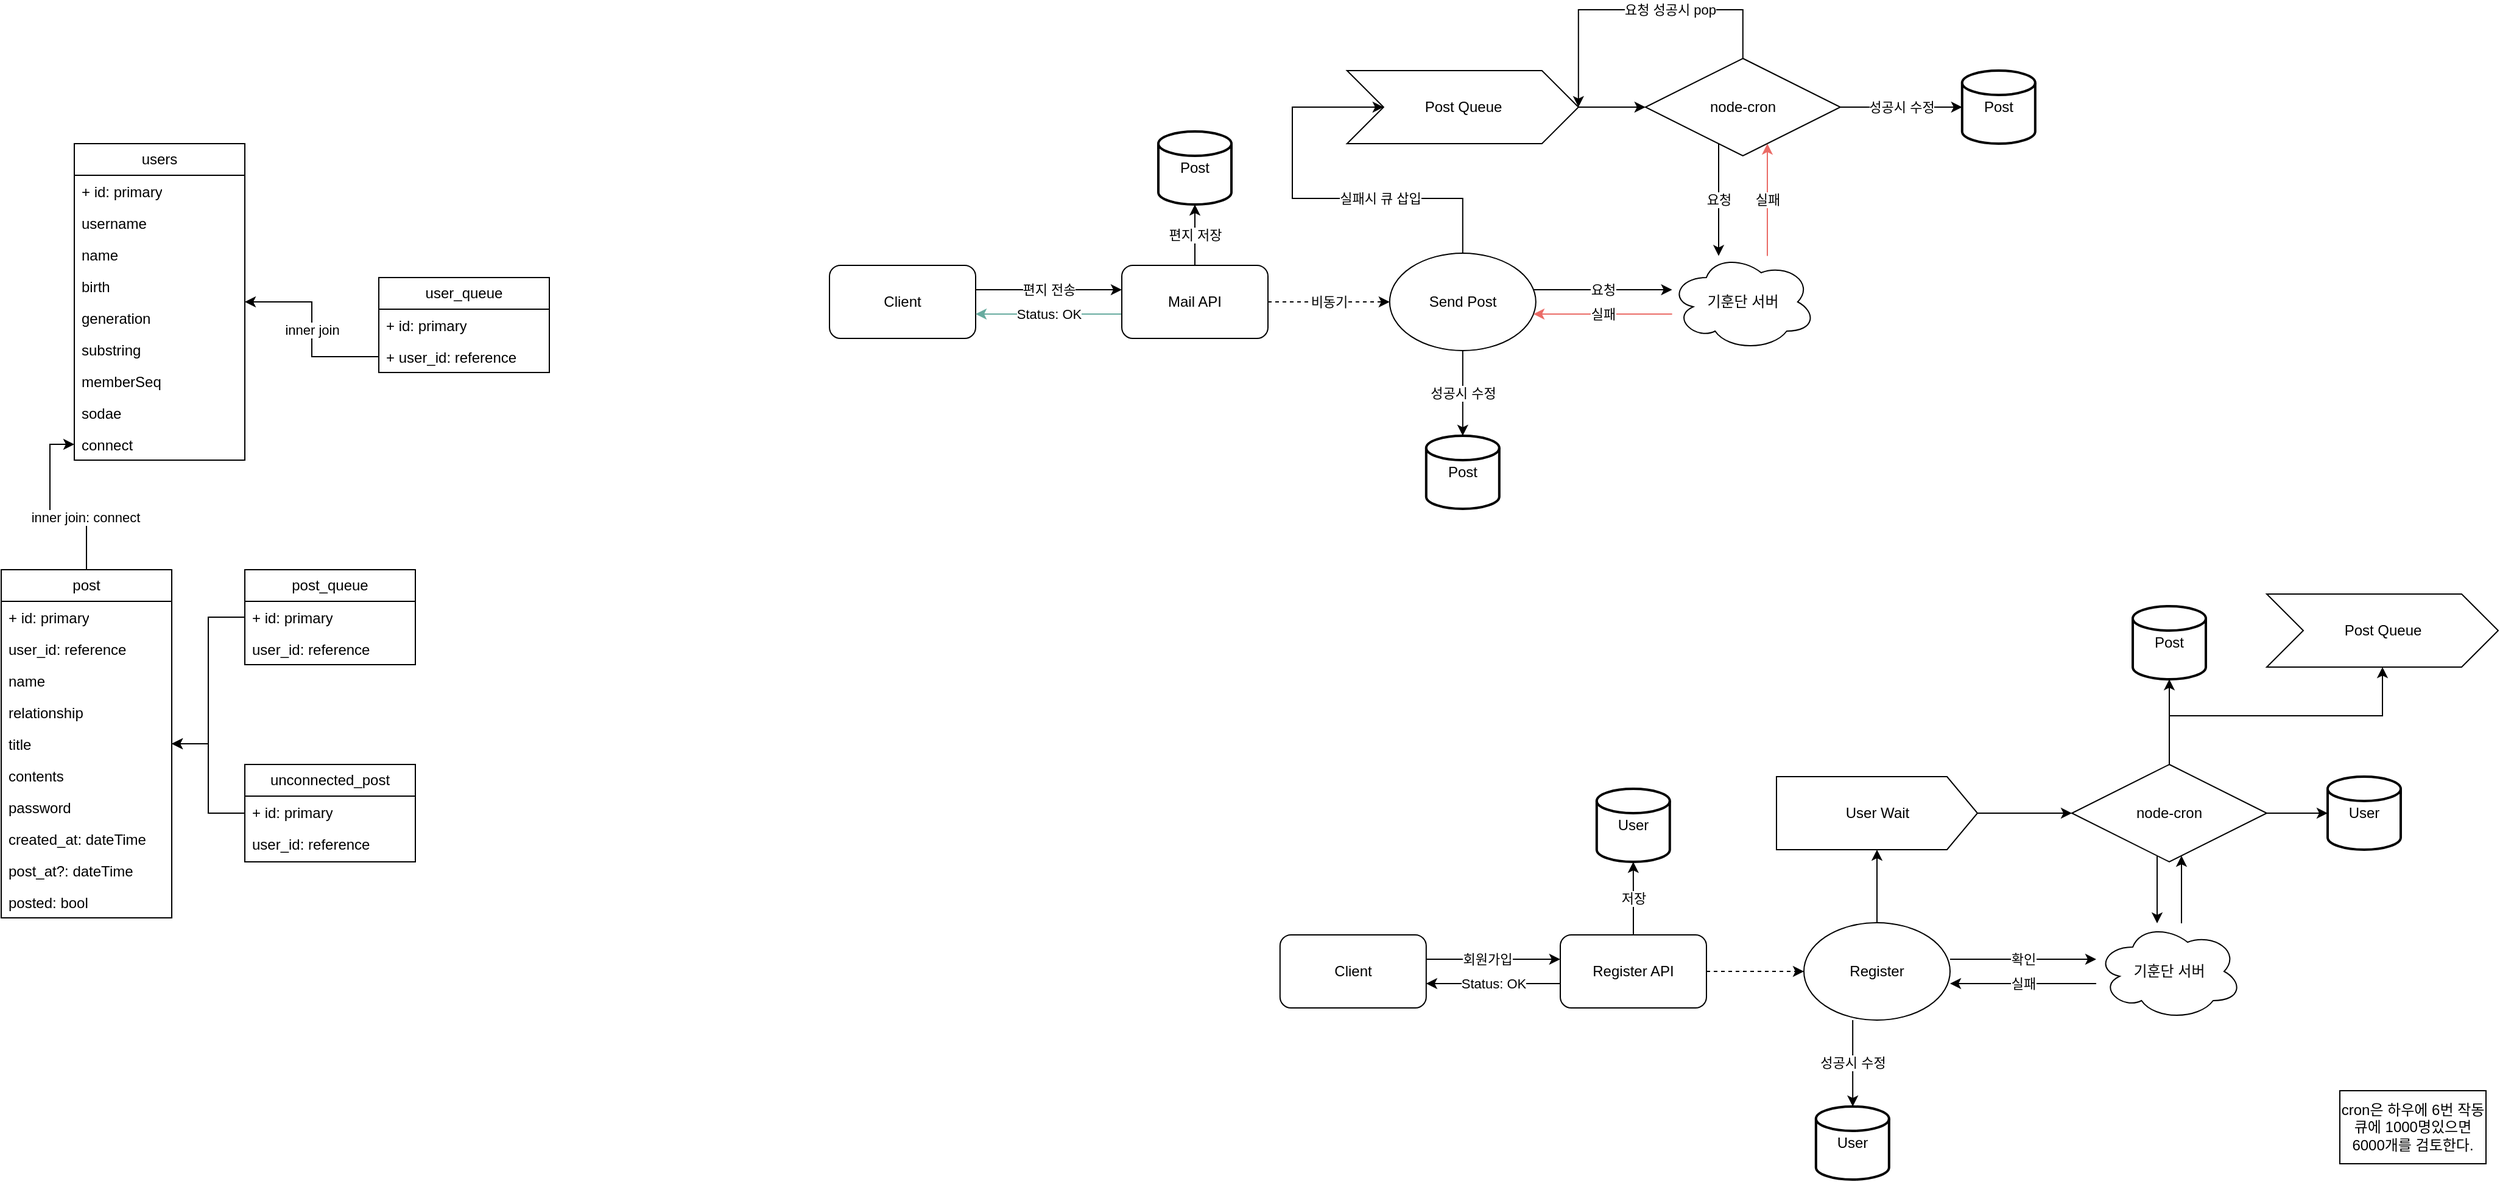
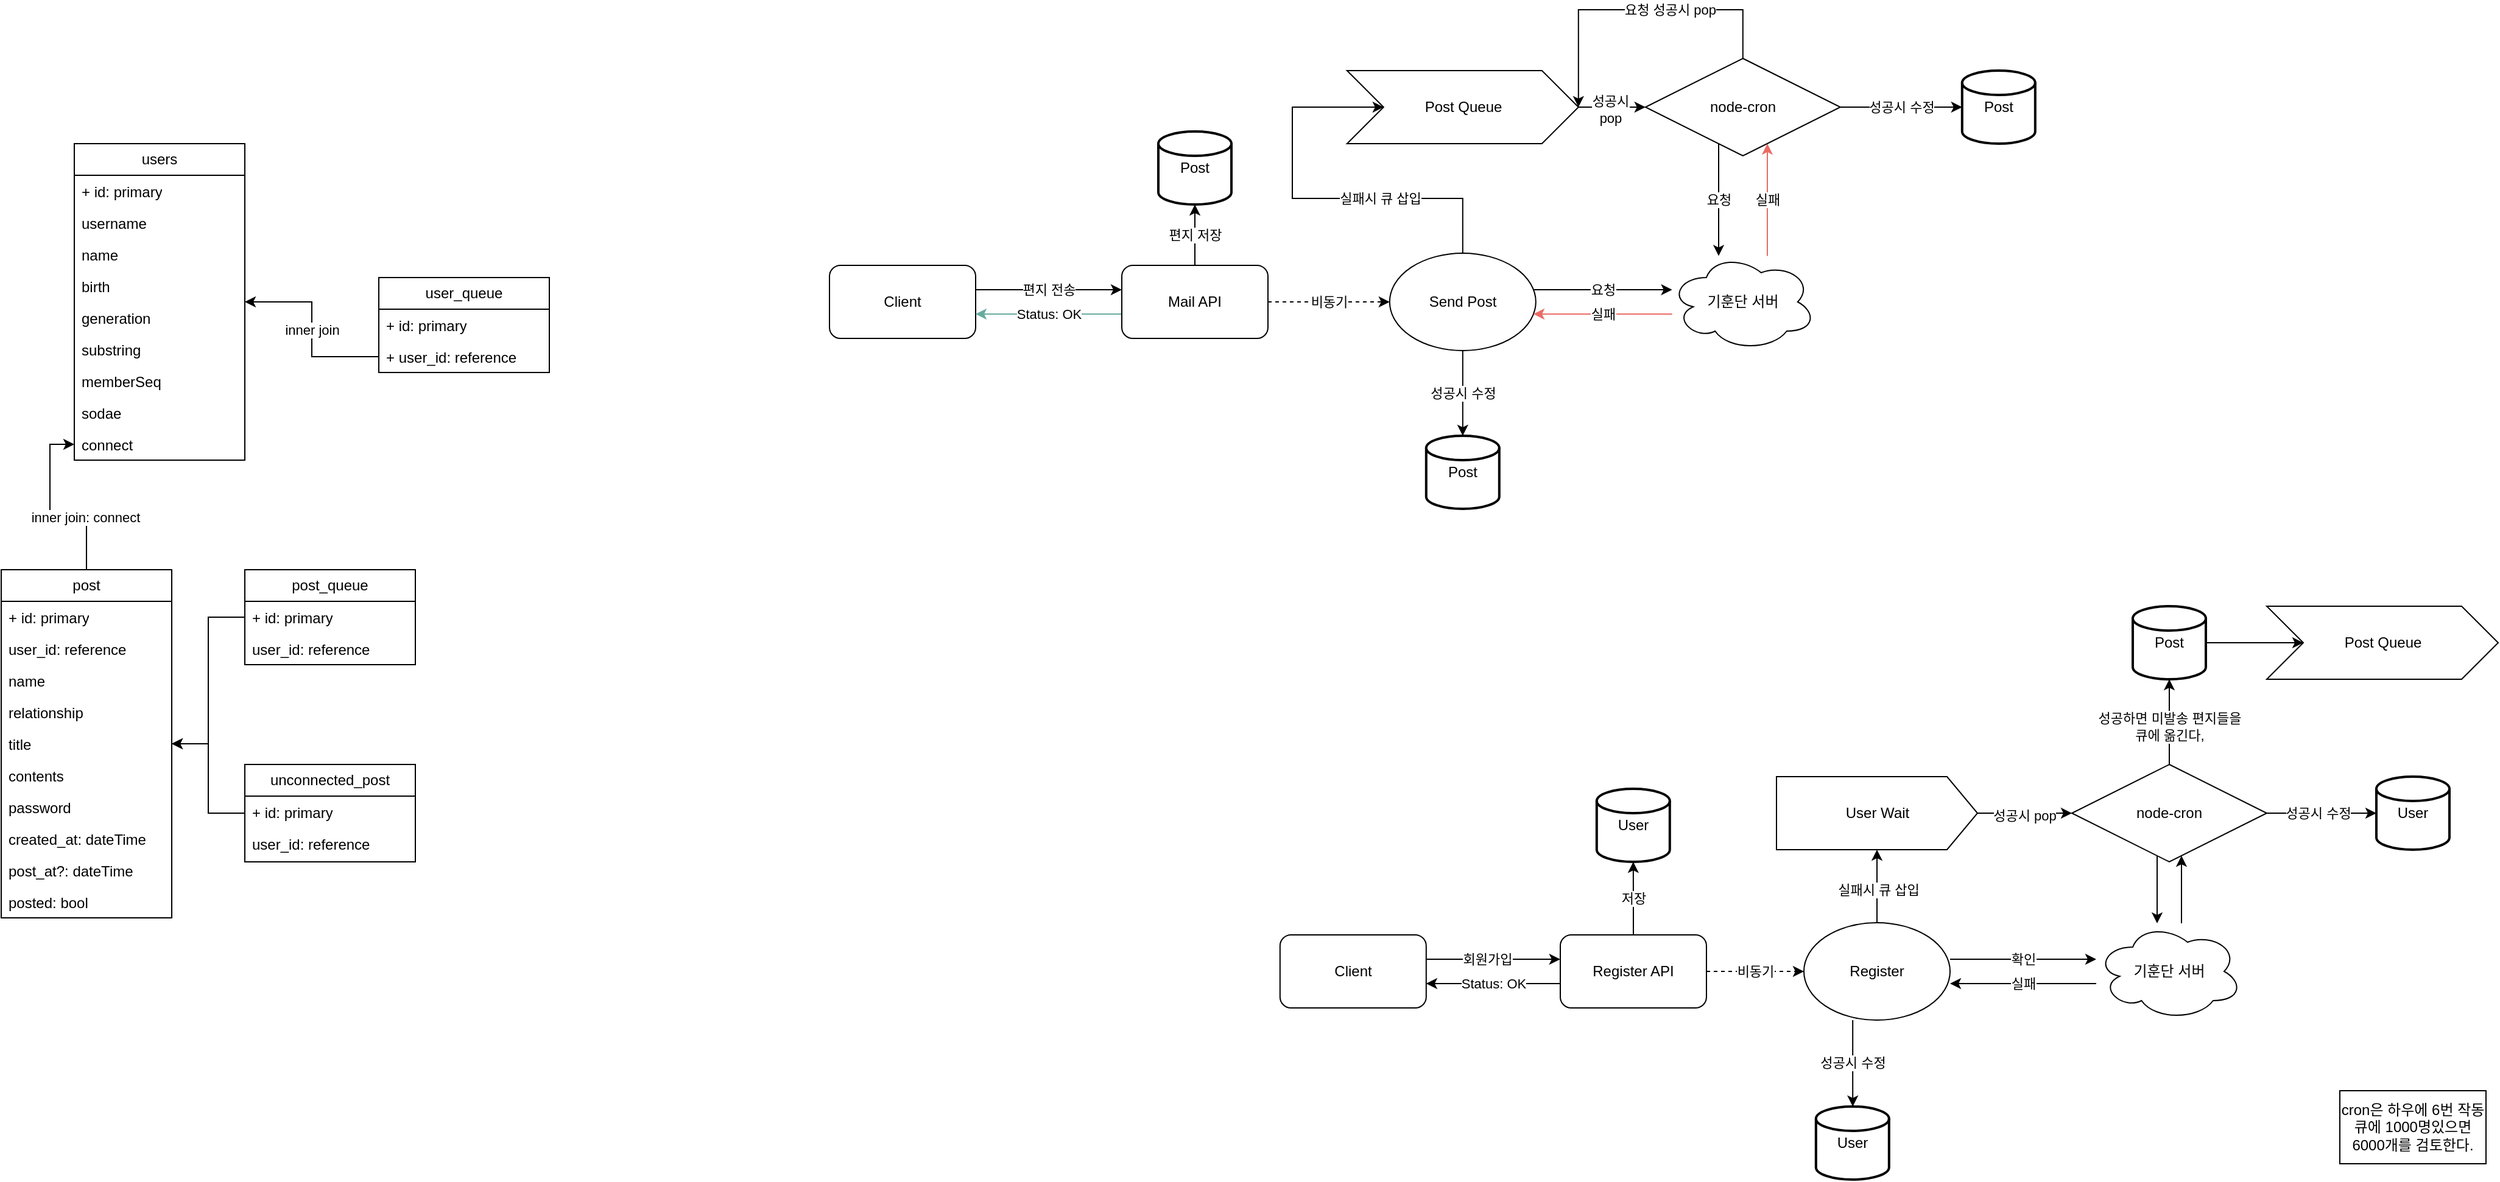
- <mxfile host="app.diagrams.net" modified="2024-04-09T12:32:51.246Z" agent="Mozilla/5.0 (Macintosh; Intel Mac OS X 10_15_7) AppleWebKit/537.36 (KHTML, like Gecko) Chrome/121.0.0.0 Safari/537.36" etag="kHFkQoNIyTTYmppFb76K" version="21.5.0" type="github">
+ <mxfile host="app.diagrams.net" modified="2024-04-10T09:48:15.455Z" agent="Mozilla/5.0 (Macintosh; Intel Mac OS X 10_15_7) AppleWebKit/537.36 (KHTML, like Gecko) Chrome/121.0.0.0 Safari/537.36" etag="hpLtYn7P4Uc_0y-dcQHC" version="21.5.0" type="github">
  <diagram name="페이지-1" id="YYIqQqlZSumYDMB_ZiYN">
    <mxGraphModel dx="1060" dy="673" grid="1" gridSize="10" guides="1" tooltips="1" connect="1" arrows="1" fold="1" page="1" pageScale="1" pageWidth="827" pageHeight="1169" math="0" shadow="0">
      <root>
        <mxCell id="0" />
        <mxCell id="1" parent="0" />
        <mxCell id="AZsRamwOxZUp80OkMe_C-2" value="users" style="swimlane;fontStyle=0;childLayout=stackLayout;horizontal=1;startSize=26;fillColor=none;horizontalStack=0;resizeParent=1;resizeParentMax=0;resizeLast=0;collapsible=1;marginBottom=0;whiteSpace=wrap;html=1;" parent="1" vertex="1">
          <mxGeometry x="140" y="250" width="140" height="260" as="geometry" />
        </mxCell>
        <mxCell id="AZsRamwOxZUp80OkMe_C-3" value="+ id: primary" style="text;strokeColor=none;fillColor=none;align=left;verticalAlign=top;spacingLeft=4;spacingRight=4;overflow=hidden;rotatable=0;points=[[0,0.5],[1,0.5]];portConstraint=eastwest;whiteSpace=wrap;html=1;" parent="AZsRamwOxZUp80OkMe_C-2" vertex="1">
          <mxGeometry y="26" width="140" height="26" as="geometry" />
        </mxCell>
        <mxCell id="AZsRamwOxZUp80OkMe_C-4" value="username" style="text;strokeColor=none;fillColor=none;align=left;verticalAlign=top;spacingLeft=4;spacingRight=4;overflow=hidden;rotatable=0;points=[[0,0.5],[1,0.5]];portConstraint=eastwest;whiteSpace=wrap;html=1;" parent="AZsRamwOxZUp80OkMe_C-2" vertex="1">
          <mxGeometry y="52" width="140" height="26" as="geometry" />
        </mxCell>
        <mxCell id="AZsRamwOxZUp80OkMe_C-5" value="name" style="text;strokeColor=none;fillColor=none;align=left;verticalAlign=top;spacingLeft=4;spacingRight=4;overflow=hidden;rotatable=0;points=[[0,0.5],[1,0.5]];portConstraint=eastwest;whiteSpace=wrap;html=1;" parent="AZsRamwOxZUp80OkMe_C-2" vertex="1">
          <mxGeometry y="78" width="140" height="26" as="geometry" />
        </mxCell>
        <mxCell id="AZsRamwOxZUp80OkMe_C-10" value="birth" style="text;strokeColor=none;fillColor=none;align=left;verticalAlign=top;spacingLeft=4;spacingRight=4;overflow=hidden;rotatable=0;points=[[0,0.5],[1,0.5]];portConstraint=eastwest;whiteSpace=wrap;html=1;" parent="AZsRamwOxZUp80OkMe_C-2" vertex="1">
          <mxGeometry y="104" width="140" height="26" as="geometry" />
        </mxCell>
        <mxCell id="AZsRamwOxZUp80OkMe_C-11" value="generation" style="text;strokeColor=none;fillColor=none;align=left;verticalAlign=top;spacingLeft=4;spacingRight=4;overflow=hidden;rotatable=0;points=[[0,0.5],[1,0.5]];portConstraint=eastwest;whiteSpace=wrap;html=1;" parent="AZsRamwOxZUp80OkMe_C-2" vertex="1">
          <mxGeometry y="130" width="140" height="26" as="geometry" />
        </mxCell>
        <mxCell id="AZsRamwOxZUp80OkMe_C-12" value="substring" style="text;strokeColor=none;fillColor=none;align=left;verticalAlign=top;spacingLeft=4;spacingRight=4;overflow=hidden;rotatable=0;points=[[0,0.5],[1,0.5]];portConstraint=eastwest;whiteSpace=wrap;html=1;" parent="AZsRamwOxZUp80OkMe_C-2" vertex="1">
          <mxGeometry y="156" width="140" height="26" as="geometry" />
        </mxCell>
        <mxCell id="AZsRamwOxZUp80OkMe_C-15" value="memberSeq" style="text;strokeColor=none;fillColor=none;align=left;verticalAlign=top;spacingLeft=4;spacingRight=4;overflow=hidden;rotatable=0;points=[[0,0.5],[1,0.5]];portConstraint=eastwest;whiteSpace=wrap;html=1;" parent="AZsRamwOxZUp80OkMe_C-2" vertex="1">
          <mxGeometry y="182" width="140" height="26" as="geometry" />
        </mxCell>
        <mxCell id="AZsRamwOxZUp80OkMe_C-14" value="sodae" style="text;strokeColor=none;fillColor=none;align=left;verticalAlign=top;spacingLeft=4;spacingRight=4;overflow=hidden;rotatable=0;points=[[0,0.5],[1,0.5]];portConstraint=eastwest;whiteSpace=wrap;html=1;" parent="AZsRamwOxZUp80OkMe_C-2" vertex="1">
          <mxGeometry y="208" width="140" height="26" as="geometry" />
        </mxCell>
        <mxCell id="AZsRamwOxZUp80OkMe_C-16" value="connect" style="text;strokeColor=none;fillColor=none;align=left;verticalAlign=top;spacingLeft=4;spacingRight=4;overflow=hidden;rotatable=0;points=[[0,0.5],[1,0.5]];portConstraint=eastwest;whiteSpace=wrap;html=1;" parent="AZsRamwOxZUp80OkMe_C-2" vertex="1">
          <mxGeometry y="234" width="140" height="26" as="geometry" />
        </mxCell>
        <mxCell id="AZsRamwOxZUp80OkMe_C-6" value="user_queue" style="swimlane;fontStyle=0;childLayout=stackLayout;horizontal=1;startSize=26;fillColor=none;horizontalStack=0;resizeParent=1;resizeParentMax=0;resizeLast=0;collapsible=1;marginBottom=0;whiteSpace=wrap;html=1;" parent="1" vertex="1">
          <mxGeometry x="390" y="360" width="140" height="78" as="geometry" />
        </mxCell>
        <mxCell id="AZsRamwOxZUp80OkMe_C-18" value="+ id: primary" style="text;strokeColor=none;fillColor=none;align=left;verticalAlign=top;spacingLeft=4;spacingRight=4;overflow=hidden;rotatable=0;points=[[0,0.5],[1,0.5]];portConstraint=eastwest;whiteSpace=wrap;html=1;" parent="AZsRamwOxZUp80OkMe_C-6" vertex="1">
          <mxGeometry y="26" width="140" height="26" as="geometry" />
        </mxCell>
        <mxCell id="AZsRamwOxZUp80OkMe_C-7" value="+ user_id: reference" style="text;strokeColor=none;fillColor=none;align=left;verticalAlign=top;spacingLeft=4;spacingRight=4;overflow=hidden;rotatable=0;points=[[0,0.5],[1,0.5]];portConstraint=eastwest;whiteSpace=wrap;html=1;" parent="AZsRamwOxZUp80OkMe_C-6" vertex="1">
          <mxGeometry y="52" width="140" height="26" as="geometry" />
        </mxCell>
        <mxCell id="AZsRamwOxZUp80OkMe_C-19" value="inner join" style="edgeStyle=orthogonalEdgeStyle;rounded=0;orthogonalLoop=1;jettySize=auto;html=1;" parent="1" source="AZsRamwOxZUp80OkMe_C-7" target="AZsRamwOxZUp80OkMe_C-2" edge="1">
          <mxGeometry relative="1" as="geometry" />
        </mxCell>
        <mxCell id="F6sanjwA14LKa2ckui42-2" style="edgeStyle=orthogonalEdgeStyle;rounded=0;orthogonalLoop=1;jettySize=auto;html=1;" parent="1" source="AZsRamwOxZUp80OkMe_C-20" target="AZsRamwOxZUp80OkMe_C-16" edge="1">
          <mxGeometry relative="1" as="geometry" />
        </mxCell>
        <mxCell id="F6sanjwA14LKa2ckui42-3" value="inner join: connect" style="edgeLabel;html=1;align=center;verticalAlign=middle;resizable=0;points=[];" parent="F6sanjwA14LKa2ckui42-2" vertex="1" connectable="0">
          <mxGeometry x="-0.4284" y="1" relative="1" as="geometry">
            <mxPoint as="offset" />
          </mxGeometry>
        </mxCell>
        <mxCell id="AZsRamwOxZUp80OkMe_C-20" value="post" style="swimlane;fontStyle=0;childLayout=stackLayout;horizontal=1;startSize=26;fillColor=none;horizontalStack=0;resizeParent=1;resizeParentMax=0;resizeLast=0;collapsible=1;marginBottom=0;whiteSpace=wrap;html=1;" parent="1" vertex="1">
          <mxGeometry x="80" y="600" width="140" height="286" as="geometry" />
        </mxCell>
        <mxCell id="AZsRamwOxZUp80OkMe_C-21" value="+ id: primary" style="text;strokeColor=none;fillColor=none;align=left;verticalAlign=top;spacingLeft=4;spacingRight=4;overflow=hidden;rotatable=0;points=[[0,0.5],[1,0.5]];portConstraint=eastwest;whiteSpace=wrap;html=1;" parent="AZsRamwOxZUp80OkMe_C-20" vertex="1">
          <mxGeometry y="26" width="140" height="26" as="geometry" />
        </mxCell>
        <mxCell id="AZsRamwOxZUp80OkMe_C-22" value="user_id: reference" style="text;strokeColor=none;fillColor=none;align=left;verticalAlign=top;spacingLeft=4;spacingRight=4;overflow=hidden;rotatable=0;points=[[0,0.5],[1,0.5]];portConstraint=eastwest;whiteSpace=wrap;html=1;" parent="AZsRamwOxZUp80OkMe_C-20" vertex="1">
          <mxGeometry y="52" width="140" height="26" as="geometry" />
        </mxCell>
        <mxCell id="AZsRamwOxZUp80OkMe_C-23" value="name" style="text;strokeColor=none;fillColor=none;align=left;verticalAlign=top;spacingLeft=4;spacingRight=4;overflow=hidden;rotatable=0;points=[[0,0.5],[1,0.5]];portConstraint=eastwest;whiteSpace=wrap;html=1;" parent="AZsRamwOxZUp80OkMe_C-20" vertex="1">
          <mxGeometry y="78" width="140" height="26" as="geometry" />
        </mxCell>
        <mxCell id="AZsRamwOxZUp80OkMe_C-24" value="relationship" style="text;strokeColor=none;fillColor=none;align=left;verticalAlign=top;spacingLeft=4;spacingRight=4;overflow=hidden;rotatable=0;points=[[0,0.5],[1,0.5]];portConstraint=eastwest;whiteSpace=wrap;html=1;" parent="AZsRamwOxZUp80OkMe_C-20" vertex="1">
          <mxGeometry y="104" width="140" height="26" as="geometry" />
        </mxCell>
        <mxCell id="AZsRamwOxZUp80OkMe_C-25" value="title" style="text;strokeColor=none;fillColor=none;align=left;verticalAlign=top;spacingLeft=4;spacingRight=4;overflow=hidden;rotatable=0;points=[[0,0.5],[1,0.5]];portConstraint=eastwest;whiteSpace=wrap;html=1;" parent="AZsRamwOxZUp80OkMe_C-20" vertex="1">
          <mxGeometry y="130" width="140" height="26" as="geometry" />
        </mxCell>
        <mxCell id="AZsRamwOxZUp80OkMe_C-26" value="contents" style="text;strokeColor=none;fillColor=none;align=left;verticalAlign=top;spacingLeft=4;spacingRight=4;overflow=hidden;rotatable=0;points=[[0,0.5],[1,0.5]];portConstraint=eastwest;whiteSpace=wrap;html=1;" parent="AZsRamwOxZUp80OkMe_C-20" vertex="1">
          <mxGeometry y="156" width="140" height="26" as="geometry" />
        </mxCell>
        <mxCell id="AZsRamwOxZUp80OkMe_C-27" value="password" style="text;strokeColor=none;fillColor=none;align=left;verticalAlign=top;spacingLeft=4;spacingRight=4;overflow=hidden;rotatable=0;points=[[0,0.5],[1,0.5]];portConstraint=eastwest;whiteSpace=wrap;html=1;" parent="AZsRamwOxZUp80OkMe_C-20" vertex="1">
          <mxGeometry y="182" width="140" height="26" as="geometry" />
        </mxCell>
        <mxCell id="AZsRamwOxZUp80OkMe_C-28" value="created_at: dateTime" style="text;strokeColor=none;fillColor=none;align=left;verticalAlign=top;spacingLeft=4;spacingRight=4;overflow=hidden;rotatable=0;points=[[0,0.5],[1,0.5]];portConstraint=eastwest;whiteSpace=wrap;html=1;" parent="AZsRamwOxZUp80OkMe_C-20" vertex="1">
          <mxGeometry y="208" width="140" height="26" as="geometry" />
        </mxCell>
        <mxCell id="AZsRamwOxZUp80OkMe_C-41" value="post_at?: dateTime" style="text;strokeColor=none;fillColor=none;align=left;verticalAlign=top;spacingLeft=4;spacingRight=4;overflow=hidden;rotatable=0;points=[[0,0.5],[1,0.5]];portConstraint=eastwest;whiteSpace=wrap;html=1;" parent="AZsRamwOxZUp80OkMe_C-20" vertex="1">
          <mxGeometry y="234" width="140" height="26" as="geometry" />
        </mxCell>
        <mxCell id="AZsRamwOxZUp80OkMe_C-42" value="posted: bool" style="text;strokeColor=none;fillColor=none;align=left;verticalAlign=top;spacingLeft=4;spacingRight=4;overflow=hidden;rotatable=0;points=[[0,0.5],[1,0.5]];portConstraint=eastwest;whiteSpace=wrap;html=1;" parent="AZsRamwOxZUp80OkMe_C-20" vertex="1">
          <mxGeometry y="260" width="140" height="26" as="geometry" />
        </mxCell>
        <mxCell id="F6sanjwA14LKa2ckui42-4" style="edgeStyle=orthogonalEdgeStyle;rounded=0;orthogonalLoop=1;jettySize=auto;html=1;" parent="1" source="AZsRamwOxZUp80OkMe_C-30" target="AZsRamwOxZUp80OkMe_C-20" edge="1">
          <mxGeometry relative="1" as="geometry" />
        </mxCell>
        <mxCell id="AZsRamwOxZUp80OkMe_C-30" value="post_queue" style="swimlane;fontStyle=0;childLayout=stackLayout;horizontal=1;startSize=26;fillColor=none;horizontalStack=0;resizeParent=1;resizeParentMax=0;resizeLast=0;collapsible=1;marginBottom=0;whiteSpace=wrap;html=1;" parent="1" vertex="1">
          <mxGeometry x="280" y="600" width="140" height="78" as="geometry" />
        </mxCell>
        <mxCell id="AZsRamwOxZUp80OkMe_C-31" value="+ id: primary" style="text;strokeColor=none;fillColor=none;align=left;verticalAlign=top;spacingLeft=4;spacingRight=4;overflow=hidden;rotatable=0;points=[[0,0.5],[1,0.5]];portConstraint=eastwest;whiteSpace=wrap;html=1;" parent="AZsRamwOxZUp80OkMe_C-30" vertex="1">
          <mxGeometry y="26" width="140" height="26" as="geometry" />
        </mxCell>
        <mxCell id="AZsRamwOxZUp80OkMe_C-32" value="user_id: reference" style="text;strokeColor=none;fillColor=none;align=left;verticalAlign=top;spacingLeft=4;spacingRight=4;overflow=hidden;rotatable=0;points=[[0,0.5],[1,0.5]];portConstraint=eastwest;whiteSpace=wrap;html=1;" parent="AZsRamwOxZUp80OkMe_C-30" vertex="1">
          <mxGeometry y="52" width="140" height="26" as="geometry" />
        </mxCell>
        <mxCell id="F6sanjwA14LKa2ckui42-5" style="edgeStyle=orthogonalEdgeStyle;rounded=0;orthogonalLoop=1;jettySize=auto;html=1;" parent="1" source="AZsRamwOxZUp80OkMe_C-46" target="AZsRamwOxZUp80OkMe_C-20" edge="1">
          <mxGeometry relative="1" as="geometry" />
        </mxCell>
        <mxCell id="AZsRamwOxZUp80OkMe_C-46" value="unconnected_post" style="swimlane;fontStyle=0;childLayout=stackLayout;horizontal=1;startSize=26;fillColor=none;horizontalStack=0;resizeParent=1;resizeParentMax=0;resizeLast=0;collapsible=1;marginBottom=0;whiteSpace=wrap;html=1;" parent="1" vertex="1">
          <mxGeometry x="280" y="760" width="140" height="80" as="geometry" />
        </mxCell>
        <mxCell id="AZsRamwOxZUp80OkMe_C-47" value="+ id: primary" style="text;strokeColor=none;fillColor=none;align=left;verticalAlign=top;spacingLeft=4;spacingRight=4;overflow=hidden;rotatable=0;points=[[0,0.5],[1,0.5]];portConstraint=eastwest;whiteSpace=wrap;html=1;" parent="AZsRamwOxZUp80OkMe_C-46" vertex="1">
          <mxGeometry y="26" width="140" height="26" as="geometry" />
        </mxCell>
        <mxCell id="AZsRamwOxZUp80OkMe_C-48" value="user_id: reference" style="text;strokeColor=none;fillColor=none;align=left;verticalAlign=top;spacingLeft=4;spacingRight=4;overflow=hidden;rotatable=0;points=[[0,0.5],[1,0.5]];portConstraint=eastwest;whiteSpace=wrap;html=1;" parent="AZsRamwOxZUp80OkMe_C-46" vertex="1">
          <mxGeometry y="52" width="140" height="28" as="geometry" />
        </mxCell>
        <mxCell id="TXcI-fBlLuWAS2TPfB02-3" value="요청" style="edgeStyle=orthogonalEdgeStyle;rounded=0;orthogonalLoop=1;jettySize=auto;html=1;" parent="1" source="TXcI-fBlLuWAS2TPfB02-1" target="TXcI-fBlLuWAS2TPfB02-2" edge="1">
          <mxGeometry relative="1" as="geometry">
            <Array as="points">
              <mxPoint x="1389.91" y="370" />
              <mxPoint x="1389.91" y="370" />
            </Array>
          </mxGeometry>
        </mxCell>
        <mxCell id="TXcI-fBlLuWAS2TPfB02-5" value="" style="edgeStyle=orthogonalEdgeStyle;rounded=0;orthogonalLoop=1;jettySize=auto;html=1;entryX=0;entryY=0.5;entryDx=30;entryDy=0;entryPerimeter=0;curved=0;" parent="1" source="TXcI-fBlLuWAS2TPfB02-1" target="TXcI-fBlLuWAS2TPfB02-9" edge="1">
          <mxGeometry relative="1" as="geometry">
            <mxPoint x="1279.91" y="280" as="targetPoint" />
            <Array as="points">
              <mxPoint x="1280" y="295" />
              <mxPoint x="1140" y="295" />
              <mxPoint x="1140" y="220" />
            </Array>
          </mxGeometry>
        </mxCell>
        <mxCell id="TXcI-fBlLuWAS2TPfB02-33" value="실패시 큐 삽입" style="edgeLabel;html=1;align=center;verticalAlign=middle;resizable=0;points=[];" parent="TXcI-fBlLuWAS2TPfB02-5" vertex="1" connectable="0">
          <mxGeometry x="-0.3238" relative="1" as="geometry">
            <mxPoint as="offset" />
          </mxGeometry>
        </mxCell>
        <mxCell id="TXcI-fBlLuWAS2TPfB02-31" value="성공시 수정" style="edgeStyle=orthogonalEdgeStyle;rounded=0;orthogonalLoop=1;jettySize=auto;html=1;" parent="1" source="TXcI-fBlLuWAS2TPfB02-1" target="TXcI-fBlLuWAS2TPfB02-29" edge="1">
          <mxGeometry relative="1" as="geometry">
            <Array as="points" />
            <mxPoint x="1200" y="430" as="targetPoint" />
          </mxGeometry>
        </mxCell>
        <mxCell id="TXcI-fBlLuWAS2TPfB02-1" value="Send Post" style="ellipse;whiteSpace=wrap;html=1;" parent="1" vertex="1">
          <mxGeometry x="1219.91" y="340" width="120" height="80" as="geometry" />
        </mxCell>
        <mxCell id="TXcI-fBlLuWAS2TPfB02-6" value="실패" style="edgeStyle=orthogonalEdgeStyle;rounded=0;orthogonalLoop=1;jettySize=auto;html=1;strokeColor=#EA6B66;" parent="1" source="TXcI-fBlLuWAS2TPfB02-2" target="TXcI-fBlLuWAS2TPfB02-1" edge="1">
          <mxGeometry relative="1" as="geometry">
            <Array as="points">
              <mxPoint x="1389.91" y="390" />
              <mxPoint x="1389.91" y="390" />
            </Array>
          </mxGeometry>
        </mxCell>
        <mxCell id="TXcI-fBlLuWAS2TPfB02-35" value="실패" style="edgeStyle=orthogonalEdgeStyle;rounded=0;orthogonalLoop=1;jettySize=auto;html=1;strokeColor=#EA6B66;" parent="1" source="TXcI-fBlLuWAS2TPfB02-2" target="TXcI-fBlLuWAS2TPfB02-27" edge="1">
          <mxGeometry relative="1" as="geometry">
            <Array as="points">
              <mxPoint x="1530" y="300" />
              <mxPoint x="1530" y="300" />
            </Array>
          </mxGeometry>
        </mxCell>
        <mxCell id="TXcI-fBlLuWAS2TPfB02-2" value="기훈단 서버" style="ellipse;shape=cloud;whiteSpace=wrap;html=1;" parent="1" vertex="1">
          <mxGeometry x="1449.91" y="340" width="120" height="80" as="geometry" />
        </mxCell>
        <mxCell id="TXcI-fBlLuWAS2TPfB02-11" style="edgeStyle=orthogonalEdgeStyle;rounded=0;orthogonalLoop=1;jettySize=auto;html=1;" parent="1" source="TXcI-fBlLuWAS2TPfB02-9" target="TXcI-fBlLuWAS2TPfB02-27" edge="1">
          <mxGeometry relative="1" as="geometry">
            <mxPoint x="1449.9099999999999" y="220" as="targetPoint" />
            <Array as="points" />
          </mxGeometry>
        </mxCell>
+         <mxCell id="y1SOeucjYuMJN-nhCAUV-9" value="성공시&lt;br&gt;pop" style="edgeLabel;html=1;align=center;verticalAlign=middle;resizable=0;points=[];" vertex="1" connectable="0" parent="TXcI-fBlLuWAS2TPfB02-11">
+           <mxGeometry x="-0.0472" y="-2" relative="1" as="geometry">
+             <mxPoint as="offset" />
+           </mxGeometry>
+         </mxCell>
        <mxCell id="TXcI-fBlLuWAS2TPfB02-9" value="Post Queue" style="html=1;shadow=0;dashed=0;align=center;verticalAlign=middle;shape=mxgraph.arrows2.arrow;dy=0;dx=30;notch=30;" parent="1" vertex="1">
          <mxGeometry x="1184.91" y="190" width="190" height="60" as="geometry" />
        </mxCell>
        <mxCell id="TXcI-fBlLuWAS2TPfB02-13" value="요청" style="edgeStyle=orthogonalEdgeStyle;rounded=0;orthogonalLoop=1;jettySize=auto;html=1;" parent="1" source="TXcI-fBlLuWAS2TPfB02-27" target="TXcI-fBlLuWAS2TPfB02-2" edge="1">
          <mxGeometry relative="1" as="geometry">
            <mxPoint x="1509.9099999999999" y="250" as="sourcePoint" />
            <Array as="points">
              <mxPoint x="1490" y="290" />
              <mxPoint x="1490" y="290" />
            </Array>
          </mxGeometry>
        </mxCell>
        <mxCell id="TXcI-fBlLuWAS2TPfB02-15" value="성공시 수정" style="edgeStyle=orthogonalEdgeStyle;rounded=0;orthogonalLoop=1;jettySize=auto;html=1;" parent="1" source="TXcI-fBlLuWAS2TPfB02-27" target="TXcI-fBlLuWAS2TPfB02-14" edge="1">
          <mxGeometry relative="1" as="geometry">
            <mxPoint x="1569.9099999999999" y="220" as="sourcePoint" />
            <Array as="points" />
          </mxGeometry>
        </mxCell>
        <mxCell id="TXcI-fBlLuWAS2TPfB02-14" value="Post" style="strokeWidth=2;html=1;shape=mxgraph.flowchart.database;whiteSpace=wrap;" parent="1" vertex="1">
          <mxGeometry x="1689.91" y="190" width="60" height="60" as="geometry" />
        </mxCell>
        <mxCell id="TXcI-fBlLuWAS2TPfB02-21" value="편지 전송" style="edgeStyle=orthogonalEdgeStyle;rounded=0;orthogonalLoop=1;jettySize=auto;html=1;" parent="1" source="TXcI-fBlLuWAS2TPfB02-19" target="TXcI-fBlLuWAS2TPfB02-22" edge="1">
          <mxGeometry relative="1" as="geometry">
            <mxPoint x="970" y="380" as="targetPoint" />
            <Array as="points">
              <mxPoint x="960" y="370" />
              <mxPoint x="960" y="370" />
            </Array>
          </mxGeometry>
        </mxCell>
        <mxCell id="TXcI-fBlLuWAS2TPfB02-19" value="Client" style="rounded=1;whiteSpace=wrap;html=1;" parent="1" vertex="1">
          <mxGeometry x="760" y="350" width="120" height="60" as="geometry" />
        </mxCell>
        <mxCell id="TXcI-fBlLuWAS2TPfB02-20" value="Post" style="strokeWidth=2;html=1;shape=mxgraph.flowchart.database;whiteSpace=wrap;" parent="1" vertex="1">
          <mxGeometry x="1030" y="240" width="60" height="60" as="geometry" />
        </mxCell>
        <mxCell id="TXcI-fBlLuWAS2TPfB02-23" value="편지 저장" style="edgeStyle=orthogonalEdgeStyle;rounded=0;orthogonalLoop=1;jettySize=auto;html=1;" parent="1" source="TXcI-fBlLuWAS2TPfB02-22" target="TXcI-fBlLuWAS2TPfB02-20" edge="1">
          <mxGeometry relative="1" as="geometry" />
        </mxCell>
        <mxCell id="TXcI-fBlLuWAS2TPfB02-24" value="비동기" style="edgeStyle=orthogonalEdgeStyle;rounded=0;orthogonalLoop=1;jettySize=auto;html=1;dashed=1;" parent="1" source="TXcI-fBlLuWAS2TPfB02-22" target="TXcI-fBlLuWAS2TPfB02-1" edge="1">
          <mxGeometry relative="1" as="geometry" />
        </mxCell>
        <mxCell id="TXcI-fBlLuWAS2TPfB02-26" value="Status: OK" style="edgeStyle=orthogonalEdgeStyle;rounded=0;orthogonalLoop=1;jettySize=auto;html=1;strokeColor=#67AB9F;" parent="1" source="TXcI-fBlLuWAS2TPfB02-22" target="TXcI-fBlLuWAS2TPfB02-19" edge="1">
          <mxGeometry relative="1" as="geometry">
            <Array as="points">
              <mxPoint x="960" y="390" />
              <mxPoint x="960" y="390" />
            </Array>
          </mxGeometry>
        </mxCell>
        <mxCell id="TXcI-fBlLuWAS2TPfB02-22" value="Mail API" style="rounded=1;whiteSpace=wrap;html=1;" parent="1" vertex="1">
          <mxGeometry x="1000" y="350" width="120" height="60" as="geometry" />
        </mxCell>
        <mxCell id="TXcI-fBlLuWAS2TPfB02-37" value="요청 성공시 pop" style="edgeStyle=orthogonalEdgeStyle;rounded=0;orthogonalLoop=1;jettySize=auto;html=1;entryX=1;entryY=0.5;entryDx=0;entryDy=0;entryPerimeter=0;" parent="1" source="TXcI-fBlLuWAS2TPfB02-27" target="TXcI-fBlLuWAS2TPfB02-9" edge="1">
          <mxGeometry x="-0.2165" relative="1" as="geometry">
            <Array as="points">
              <mxPoint x="1510" y="140" />
              <mxPoint x="1375" y="140" />
            </Array>
            <mxPoint as="offset" />
          </mxGeometry>
        </mxCell>
        <mxCell id="TXcI-fBlLuWAS2TPfB02-27" value="node-cron" style="rhombus;whiteSpace=wrap;html=1;" parent="1" vertex="1">
          <mxGeometry x="1429.91" y="180" width="160" height="80" as="geometry" />
        </mxCell>
        <mxCell id="TXcI-fBlLuWAS2TPfB02-29" value="Post" style="strokeWidth=2;html=1;shape=mxgraph.flowchart.database;whiteSpace=wrap;" parent="1" vertex="1">
          <mxGeometry x="1249.91" y="490" width="60" height="60" as="geometry" />
        </mxCell>
        <mxCell id="TXcI-fBlLuWAS2TPfB02-55" value="&lt;span style=&quot;color: rgb(0, 0, 0); font-family: Helvetica; font-size: 11px; font-style: normal; font-variant-ligatures: normal; font-variant-caps: normal; font-weight: 400; letter-spacing: normal; orphans: 2; text-align: center; text-indent: 0px; text-transform: none; white-space: nowrap; widows: 2; word-spacing: 0px; -webkit-text-stroke-width: 0px; background-color: rgb(255, 255, 255); text-decoration-thickness: initial; text-decoration-style: initial; text-decoration-color: initial; display: inline !important; float: none;&quot;&gt;회원가입&lt;/span&gt;" style="edgeStyle=orthogonalEdgeStyle;rounded=0;orthogonalLoop=1;jettySize=auto;html=1;" parent="1" edge="1">
          <mxGeometry x="-0.0893" relative="1" as="geometry">
            <mxPoint x="1249.91" y="920" as="sourcePoint" />
            <mxPoint x="1359.91" y="920" as="targetPoint" />
            <mxPoint as="offset" />
          </mxGeometry>
        </mxCell>
        <mxCell id="TXcI-fBlLuWAS2TPfB02-53" value="Client" style="rounded=1;whiteSpace=wrap;html=1;" parent="1" vertex="1">
          <mxGeometry x="1129.91" y="900" width="120" height="60" as="geometry" />
        </mxCell>
-         <mxCell id="TXcI-fBlLuWAS2TPfB02-57" style="edgeStyle=orthogonalEdgeStyle;rounded=0;orthogonalLoop=1;jettySize=auto;html=1;dashed=1;" parent="1" source="TXcI-fBlLuWAS2TPfB02-54" target="TXcI-fBlLuWAS2TPfB02-56" edge="1">
+         <mxCell id="TXcI-fBlLuWAS2TPfB02-57" value="비동기" style="edgeStyle=orthogonalEdgeStyle;rounded=0;orthogonalLoop=1;jettySize=auto;html=1;dashed=1;" parent="1" source="TXcI-fBlLuWAS2TPfB02-54" target="TXcI-fBlLuWAS2TPfB02-56" edge="1">
          <mxGeometry relative="1" as="geometry" />
        </mxCell>
        <mxCell id="TXcI-fBlLuWAS2TPfB02-59" value="Status: OK" style="edgeStyle=orthogonalEdgeStyle;rounded=0;orthogonalLoop=1;jettySize=auto;html=1;" parent="1" edge="1">
          <mxGeometry relative="1" as="geometry">
            <mxPoint x="1360" y="940" as="sourcePoint" />
            <mxPoint x="1249.9100000000003" y="940" as="targetPoint" />
          </mxGeometry>
        </mxCell>
        <mxCell id="TXcI-fBlLuWAS2TPfB02-65" value="저장" style="edgeStyle=orthogonalEdgeStyle;rounded=0;orthogonalLoop=1;jettySize=auto;html=1;" parent="1" source="TXcI-fBlLuWAS2TPfB02-54" target="TXcI-fBlLuWAS2TPfB02-64" edge="1">
          <mxGeometry relative="1" as="geometry" />
        </mxCell>
        <mxCell id="TXcI-fBlLuWAS2TPfB02-54" value="Register API" style="rounded=1;whiteSpace=wrap;html=1;" parent="1" vertex="1">
          <mxGeometry x="1360" y="900" width="120" height="60" as="geometry" />
        </mxCell>
        <mxCell id="TXcI-fBlLuWAS2TPfB02-67" value="확인" style="edgeStyle=orthogonalEdgeStyle;rounded=0;orthogonalLoop=1;jettySize=auto;html=1;" parent="1" edge="1">
          <mxGeometry relative="1" as="geometry">
            <mxPoint x="1680" y="920" as="sourcePoint" />
            <mxPoint x="1800" y="920" as="targetPoint" />
          </mxGeometry>
        </mxCell>
        <mxCell id="TXcI-fBlLuWAS2TPfB02-69" style="edgeStyle=orthogonalEdgeStyle;rounded=0;orthogonalLoop=1;jettySize=auto;html=1;" parent="1" source="TXcI-fBlLuWAS2TPfB02-56" target="TXcI-fBlLuWAS2TPfB02-61" edge="1">
          <mxGeometry relative="1" as="geometry" />
        </mxCell>
+         <mxCell id="y1SOeucjYuMJN-nhCAUV-7" value="실패시 큐 삽입" style="edgeLabel;html=1;align=center;verticalAlign=middle;resizable=0;points=[];" vertex="1" connectable="0" parent="TXcI-fBlLuWAS2TPfB02-69">
+           <mxGeometry x="-0.1037" y="-1" relative="1" as="geometry">
+             <mxPoint as="offset" />
+           </mxGeometry>
+         </mxCell>
        <mxCell id="TXcI-fBlLuWAS2TPfB02-56" value="Register" style="ellipse;whiteSpace=wrap;html=1;" parent="1" vertex="1">
          <mxGeometry x="1560" y="890" width="120" height="80" as="geometry" />
        </mxCell>
        <mxCell id="TXcI-fBlLuWAS2TPfB02-73" style="edgeStyle=orthogonalEdgeStyle;rounded=0;orthogonalLoop=1;jettySize=auto;html=1;" parent="1" source="TXcI-fBlLuWAS2TPfB02-60" edge="1">
          <mxGeometry relative="1" as="geometry">
            <mxPoint x="1860" y="690" as="targetPoint" />
          </mxGeometry>
        </mxCell>
+         <mxCell id="y1SOeucjYuMJN-nhCAUV-5" value="성공하면 미발송 편지들을&lt;br&gt;큐에 옮긴다," style="edgeLabel;html=1;align=center;verticalAlign=middle;resizable=0;points=[];" vertex="1" connectable="0" parent="TXcI-fBlLuWAS2TPfB02-73">
+           <mxGeometry x="-0.1119" relative="1" as="geometry">
+             <mxPoint as="offset" />
+           </mxGeometry>
+         </mxCell>
        <mxCell id="TXcI-fBlLuWAS2TPfB02-74" style="edgeStyle=orthogonalEdgeStyle;rounded=0;orthogonalLoop=1;jettySize=auto;html=1;" parent="1" source="TXcI-fBlLuWAS2TPfB02-60" target="TXcI-fBlLuWAS2TPfB02-66" edge="1">
          <mxGeometry relative="1" as="geometry">
            <Array as="points">
              <mxPoint x="1850" y="860" />
              <mxPoint x="1850" y="860" />
            </Array>
          </mxGeometry>
        </mxCell>
-         <mxCell id="TXcI-fBlLuWAS2TPfB02-77" style="edgeStyle=orthogonalEdgeStyle;rounded=0;orthogonalLoop=1;jettySize=auto;html=1;" parent="1" source="TXcI-fBlLuWAS2TPfB02-60" target="TXcI-fBlLuWAS2TPfB02-76" edge="1">
-           <mxGeometry relative="1" as="geometry" />
-         </mxCell>
        <mxCell id="TXcI-fBlLuWAS2TPfB02-79" style="edgeStyle=orthogonalEdgeStyle;rounded=0;orthogonalLoop=1;jettySize=auto;html=1;" parent="1" source="TXcI-fBlLuWAS2TPfB02-60" target="TXcI-fBlLuWAS2TPfB02-78" edge="1">
          <mxGeometry relative="1" as="geometry" />
+         </mxCell>
+         <mxCell id="y1SOeucjYuMJN-nhCAUV-6" value="성공시 수정" style="edgeLabel;html=1;align=center;verticalAlign=middle;resizable=0;points=[];" vertex="1" connectable="0" parent="TXcI-fBlLuWAS2TPfB02-79">
+           <mxGeometry x="-0.0667" relative="1" as="geometry">
+             <mxPoint as="offset" />
+           </mxGeometry>
        </mxCell>
        <mxCell id="TXcI-fBlLuWAS2TPfB02-60" value="node-cron" style="rhombus;whiteSpace=wrap;html=1;" parent="1" vertex="1">
          <mxGeometry x="1780" y="760" width="160" height="80" as="geometry" />
        </mxCell>
        <mxCell id="TXcI-fBlLuWAS2TPfB02-71" style="edgeStyle=orthogonalEdgeStyle;rounded=0;orthogonalLoop=1;jettySize=auto;html=1;" parent="1" source="TXcI-fBlLuWAS2TPfB02-61" target="TXcI-fBlLuWAS2TPfB02-60" edge="1">
          <mxGeometry relative="1" as="geometry" />
        </mxCell>
+         <mxCell id="y1SOeucjYuMJN-nhCAUV-8" value="성공시 pop" style="edgeLabel;html=1;align=center;verticalAlign=middle;resizable=0;points=[];" vertex="1" connectable="0" parent="TXcI-fBlLuWAS2TPfB02-71">
+           <mxGeometry x="-0.0036" y="-2" relative="1" as="geometry">
+             <mxPoint as="offset" />
+           </mxGeometry>
+         </mxCell>
        <mxCell id="TXcI-fBlLuWAS2TPfB02-61" value="User Wait" style="html=1;shadow=0;dashed=0;align=center;verticalAlign=middle;shape=mxgraph.arrows2.arrow;dy=0;dx=25;notch=0;" parent="1" vertex="1">
          <mxGeometry x="1537.5" y="770" width="165" height="60" as="geometry" />
        </mxCell>
        <mxCell id="TXcI-fBlLuWAS2TPfB02-62" value="성공시 수정" style="edgeStyle=orthogonalEdgeStyle;rounded=0;orthogonalLoop=1;jettySize=auto;html=1;" parent="1" target="TXcI-fBlLuWAS2TPfB02-63" edge="1">
          <mxGeometry relative="1" as="geometry">
            <mxPoint x="1600.09" y="970" as="sourcePoint" />
            <Array as="points">
              <mxPoint x="1600" y="1040" />
              <mxPoint x="1600" y="1040" />
            </Array>
          </mxGeometry>
        </mxCell>
        <mxCell id="TXcI-fBlLuWAS2TPfB02-63" value="User" style="strokeWidth=2;html=1;shape=mxgraph.flowchart.database;whiteSpace=wrap;" parent="1" vertex="1">
          <mxGeometry x="1569.91" y="1041" width="60" height="60" as="geometry" />
        </mxCell>
        <mxCell id="TXcI-fBlLuWAS2TPfB02-64" value="User" style="strokeWidth=2;html=1;shape=mxgraph.flowchart.database;whiteSpace=wrap;" parent="1" vertex="1">
          <mxGeometry x="1389.91" y="780" width="60" height="60" as="geometry" />
        </mxCell>
        <mxCell id="TXcI-fBlLuWAS2TPfB02-68" value="실패" style="edgeStyle=orthogonalEdgeStyle;rounded=0;orthogonalLoop=1;jettySize=auto;html=1;" parent="1" edge="1">
          <mxGeometry relative="1" as="geometry">
            <mxPoint x="1800" y="940" as="sourcePoint" />
            <mxPoint x="1680" y="940" as="targetPoint" />
          </mxGeometry>
        </mxCell>
        <mxCell id="TXcI-fBlLuWAS2TPfB02-75" style="edgeStyle=orthogonalEdgeStyle;rounded=0;orthogonalLoop=1;jettySize=auto;html=1;" parent="1" source="TXcI-fBlLuWAS2TPfB02-66" target="TXcI-fBlLuWAS2TPfB02-60" edge="1">
          <mxGeometry relative="1" as="geometry">
            <Array as="points">
              <mxPoint x="1870" y="870" />
              <mxPoint x="1870" y="870" />
            </Array>
          </mxGeometry>
        </mxCell>
        <mxCell id="TXcI-fBlLuWAS2TPfB02-66" value="기훈단 서버" style="ellipse;shape=cloud;whiteSpace=wrap;html=1;" parent="1" vertex="1">
          <mxGeometry x="1800" y="890" width="120" height="80" as="geometry" />
        </mxCell>
        <mxCell id="TXcI-fBlLuWAS2TPfB02-76" value="Post Queue" style="html=1;shadow=0;dashed=0;align=center;verticalAlign=middle;shape=mxgraph.arrows2.arrow;dy=0;dx=30;notch=30;" parent="1" vertex="1">
-           <mxGeometry x="1940" y="620" width="190" height="60" as="geometry" />
+           <mxGeometry x="1940" y="630" width="190" height="60" as="geometry" />
        </mxCell>
        <mxCell id="TXcI-fBlLuWAS2TPfB02-78" value="User" style="strokeWidth=2;html=1;shape=mxgraph.flowchart.database;whiteSpace=wrap;" parent="1" vertex="1">
-           <mxGeometry x="1990" y="770" width="60" height="60" as="geometry" />
+           <mxGeometry x="2030" y="770" width="60" height="60" as="geometry" />
        </mxCell>
        <mxCell id="TXcI-fBlLuWAS2TPfB02-81" value="cron은 하우에 6번 작동&lt;div&gt;큐에 1000명있으면&lt;/div&gt;&lt;div&gt;6000개를 검토한다.&lt;/div&gt;" style="whiteSpace=wrap;html=1;" parent="1" vertex="1">
          <mxGeometry x="2000" y="1028" width="120" height="60" as="geometry" />
+         </mxCell>
+         <mxCell id="y1SOeucjYuMJN-nhCAUV-4" style="edgeStyle=orthogonalEdgeStyle;rounded=0;orthogonalLoop=1;jettySize=auto;html=1;entryX=0;entryY=0.5;entryDx=30;entryDy=0;entryPerimeter=0;" edge="1" parent="1" source="y1SOeucjYuMJN-nhCAUV-2" target="TXcI-fBlLuWAS2TPfB02-76">
+           <mxGeometry relative="1" as="geometry" />
        </mxCell>
        <mxCell id="y1SOeucjYuMJN-nhCAUV-2" value="Post" style="strokeWidth=2;html=1;shape=mxgraph.flowchart.database;whiteSpace=wrap;" vertex="1" parent="1">
          <mxGeometry x="1830" y="630" width="60" height="60" as="geometry" />
        </mxCell>
      </root>
    </mxGraphModel>
  </diagram>
</mxfile>
